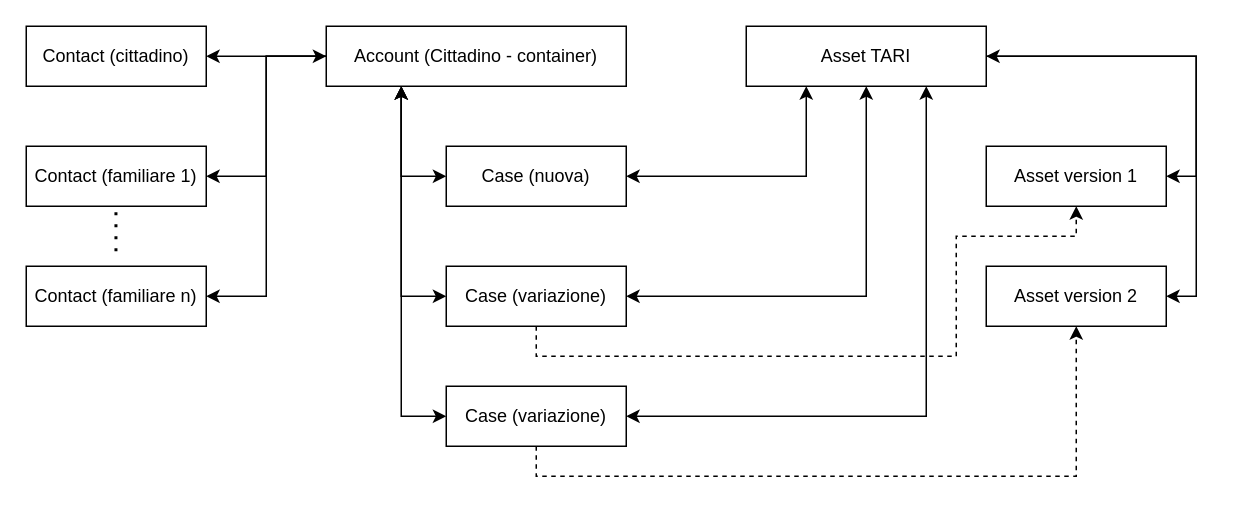
dortolani/drawio keeps this draw.io diagram as Palermo.drawio. Above is the earlier version. Source tidied: cells renumbered, new cells numbered last; positions are measured from the earlier drawing's top-left corner, leaving out a move shared by most shapes. Both pictures are drawn from the tidied source at 150%, with x=0, y=0 at pixel (26, 26).
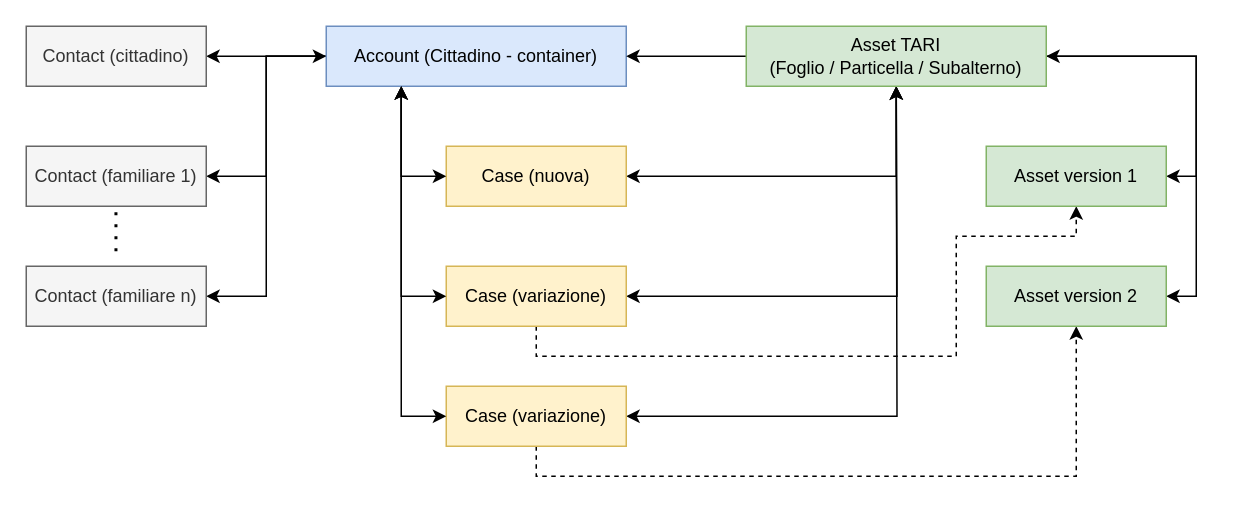
After the change.

What changed in the source:
```diff
@@
-    <mxCell id="5" value="Account (Cittadino - container)" style="rounded=0;whiteSpace=wrap;html=1;" parent="1" vertex="1">
+    <mxCell id="5" value="Account (Cittadino - container)" style="rounded=0;whiteSpace=wrap;html=1;fillColor=#dae8fc;strokeColor=#6c8ebf;" parent="1" vertex="1">
       <mxGeometry x="200" width="200" height="40" as="geometry" />
     </mxCell>
-    <mxCell id="6" value="Contact (cittadino)" style="rounded=0;whiteSpace=wrap;html=1;" parent="1" vertex="1">
+    <mxCell id="6" value="Contact (cittadino)" style="rounded=0;whiteSpace=wrap;html=1;fillColor=#f5f5f5;fontColor=#333333;strokeColor=#666666;" parent="1" vertex="1">
       <mxGeometry width="120" height="40" as="geometry" />
     </mxCell>
-    <mxCell id="7" value="Contact (familiare 1)" style="rounded=0;whiteSpace=wrap;html=1;" parent="1" vertex="1">
+    <mxCell id="7" value="Contact (familiare 1)" style="rounded=0;whiteSpace=wrap;html=1;fillColor=#f5f5f5;fontColor=#333333;strokeColor=#666666;" parent="1" vertex="1">
       <mxGeometry y="80" width="120" height="40" as="geometry" />
     </mxCell>
@@
-    <mxCell id="9" value="Contact (familiare n)" style="rounded=0;whiteSpace=wrap;html=1;" parent="1" vertex="1">
+    <mxCell id="9" value="Contact (familiare n)" style="rounded=0;whiteSpace=wrap;html=1;fillColor=#f5f5f5;fontColor=#333333;strokeColor=#666666;" parent="1" vertex="1">
       <mxGeometry y="160" width="120" height="40" as="geometry" />
     </mxCell>
+    <mxCell id="21" style="edgeStyle=orthogonalEdgeStyle;rounded=0;jettySize=auto;html=1;exitX=1;exitY=0.5;exitDx=0;exitDy=0;entryX=0.5;entryY=1;entryDx=0;entryDy=0;startArrow=classic;startFill=1;" parent="1" edge="1" source="10" target="20">
+      <mxGeometry relative="1" as="geometry" />
+    </mxCell>
-    <mxCell id="10" value="Case (nuova)" style="rounded=0;whiteSpace=wrap;html=1;" parent="1" vertex="1">
+    <mxCell id="10" value="Case (nuova)" style="rounded=0;whiteSpace=wrap;html=1;fillColor=#fff2cc;strokeColor=#d6b656;" parent="1" vertex="1">
       <mxGeometry x="280" y="80" width="120" height="40" as="geometry" />
     </mxCell>
@@
+    <mxCell id="26" style="edgeStyle=orthogonalEdgeStyle;rounded=0;jettySize=auto;html=1;exitX=1;exitY=0.5;exitDx=0;exitDy=0;startArrow=classic;startFill=1;" parent="1" edge="1" source="12">
+      <mxGeometry relative="1" as="geometry">
+        <mxPoint x="580" y="40" as="targetPoint" />
+      </mxGeometry>
+    </mxCell>
-    <mxCell id="12" value="Case (variazione)" style="rounded=0;whiteSpace=wrap;html=1;" parent="1" vertex="1">
+    <mxCell id="12" value="Case (variazione)" style="rounded=0;whiteSpace=wrap;html=1;fillColor=#fff2cc;strokeColor=#d6b656;" parent="1" vertex="1">
       <mxGeometry x="280" y="160" width="120" height="40" as="geometry" />
     </mxCell>
@@
+    <mxCell id="27" style="edgeStyle=orthogonalEdgeStyle;rounded=0;jettySize=auto;html=1;exitX=1;exitY=0.5;exitDx=0;exitDy=0;startArrow=classic;startFill=1;" parent="1" edge="1" source="14">
+      <mxGeometry relative="1" as="geometry">
+        <mxPoint x="580" y="40" as="targetPoint" />
+      </mxGeometry>
+    </mxCell>
-    <mxCell id="14" value="Case (variazione)" style="rounded=0;whiteSpace=wrap;html=1;" parent="1" vertex="1">
+    <mxCell id="14" value="Case (variazione)" style="rounded=0;whiteSpace=wrap;html=1;fillColor=#fff2cc;strokeColor=#d6b656;" parent="1" vertex="1">
       <mxGeometry x="280" y="240" width="120" height="40" as="geometry" />
     </mxCell>
@@
+    <mxCell id="28" style="edgeStyle=orthogonalEdgeStyle;rounded=0;jettySize=auto;html=1;exitX=0;exitY=0.5;exitDx=0;exitDy=0;" parent="1" edge="1" source="20" target="5">
+      <mxGeometry relative="1" as="geometry" />
+    </mxCell>
-    <mxCell id="20" value="Asset TARI" style="rounded=0;whiteSpace=wrap;html=1;" parent="1" vertex="1">
-      <mxGeometry x="480" width="160" height="40" as="geometry" />
+    <mxCell id="20" value="Asset TARI&lt;div&gt;(Foglio / Particella / Subalterno)&lt;/div&gt;" style="rounded=0;whiteSpace=wrap;html=1;fillColor=#d5e8d4;strokeColor=#82b366;" parent="1" vertex="1">
+      <mxGeometry x="480" width="200" height="40" as="geometry" />
     </mxCell>
-    <mxCell id="21" style="endArrow=classic;startArrow=classic;html=1;rounded=0;entryX=0.25;entryY=1;entryDx=0;entryDy=0;exitX=1;exitY=0.5;exitDx=0;exitDy=0;" parent="1" edge="1" source="10" target="20">
-      <mxGeometry relative="1" as="geometry">
-        <Array as="points">
-          <mxPoint x="520" y="100" />
-        </Array>
-      </mxGeometry>
-    </mxCell>
-    <mxCell id="22" style="endArrow=classic;startArrow=classic;html=1;rounded=0;entryX=0.5;entryY=1;entryDx=0;entryDy=0;exitX=1;exitY=0.5;exitDx=0;exitDy=0;" parent="1" edge="1" target="20">
-      <mxGeometry relative="1" as="geometry">
-        <mxPoint x="400" y="180" as="sourcePoint" />
-        <Array as="points">
-          <mxPoint x="560" y="180" />
-        </Array>
-      </mxGeometry>
-    </mxCell>
-    <mxCell id="23" style="endArrow=classic;startArrow=classic;html=1;rounded=0;entryX=0.75;entryY=1;entryDx=0;entryDy=0;exitX=1;exitY=0.5;exitDx=0;exitDy=0;" parent="1" edge="1" target="20">
-      <mxGeometry relative="1" as="geometry">
-        <mxPoint x="400" y="260" as="sourcePoint" />
-        <Array as="points">
-          <mxPoint x="600" y="260" />
-        </Array>
-      </mxGeometry>
-    </mxCell>
-    <mxCell id="24" value="Asset version 1" style="rounded=0;whiteSpace=wrap;html=1;" parent="1" vertex="1">
+    <mxCell id="24" value="Asset version 1" style="rounded=0;whiteSpace=wrap;html=1;fillColor=#d5e8d4;strokeColor=#82b366;" parent="1" vertex="1">
       <mxGeometry x="640" y="80" width="120" height="40" as="geometry" />
     </mxCell>
-    <mxCell id="25" value="Asset version 2" style="rounded=0;whiteSpace=wrap;html=1;" parent="1" vertex="1">
+    <mxCell id="25" value="Asset version 2" style="rounded=0;whiteSpace=wrap;html=1;fillColor=#d5e8d4;strokeColor=#82b366;" parent="1" vertex="1">
       <mxGeometry x="640" y="160" width="120" height="40" as="geometry" />
     </mxCell>
```
